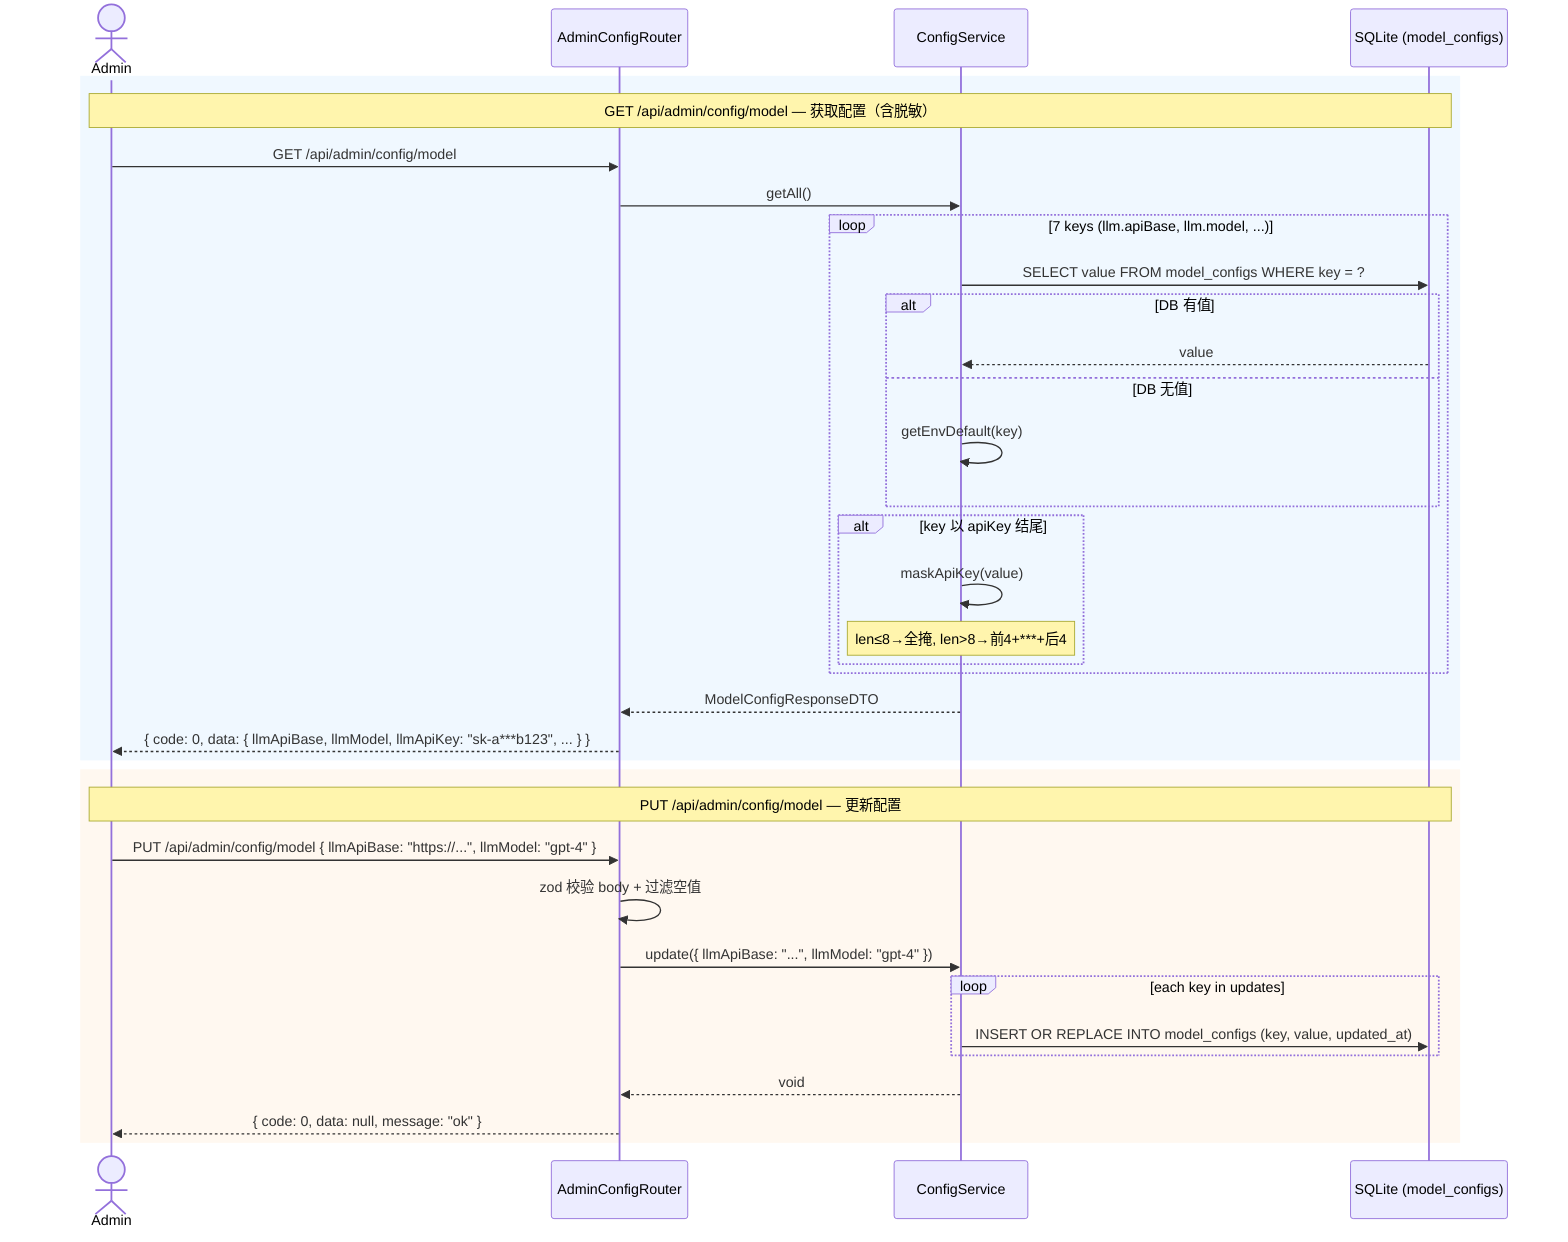
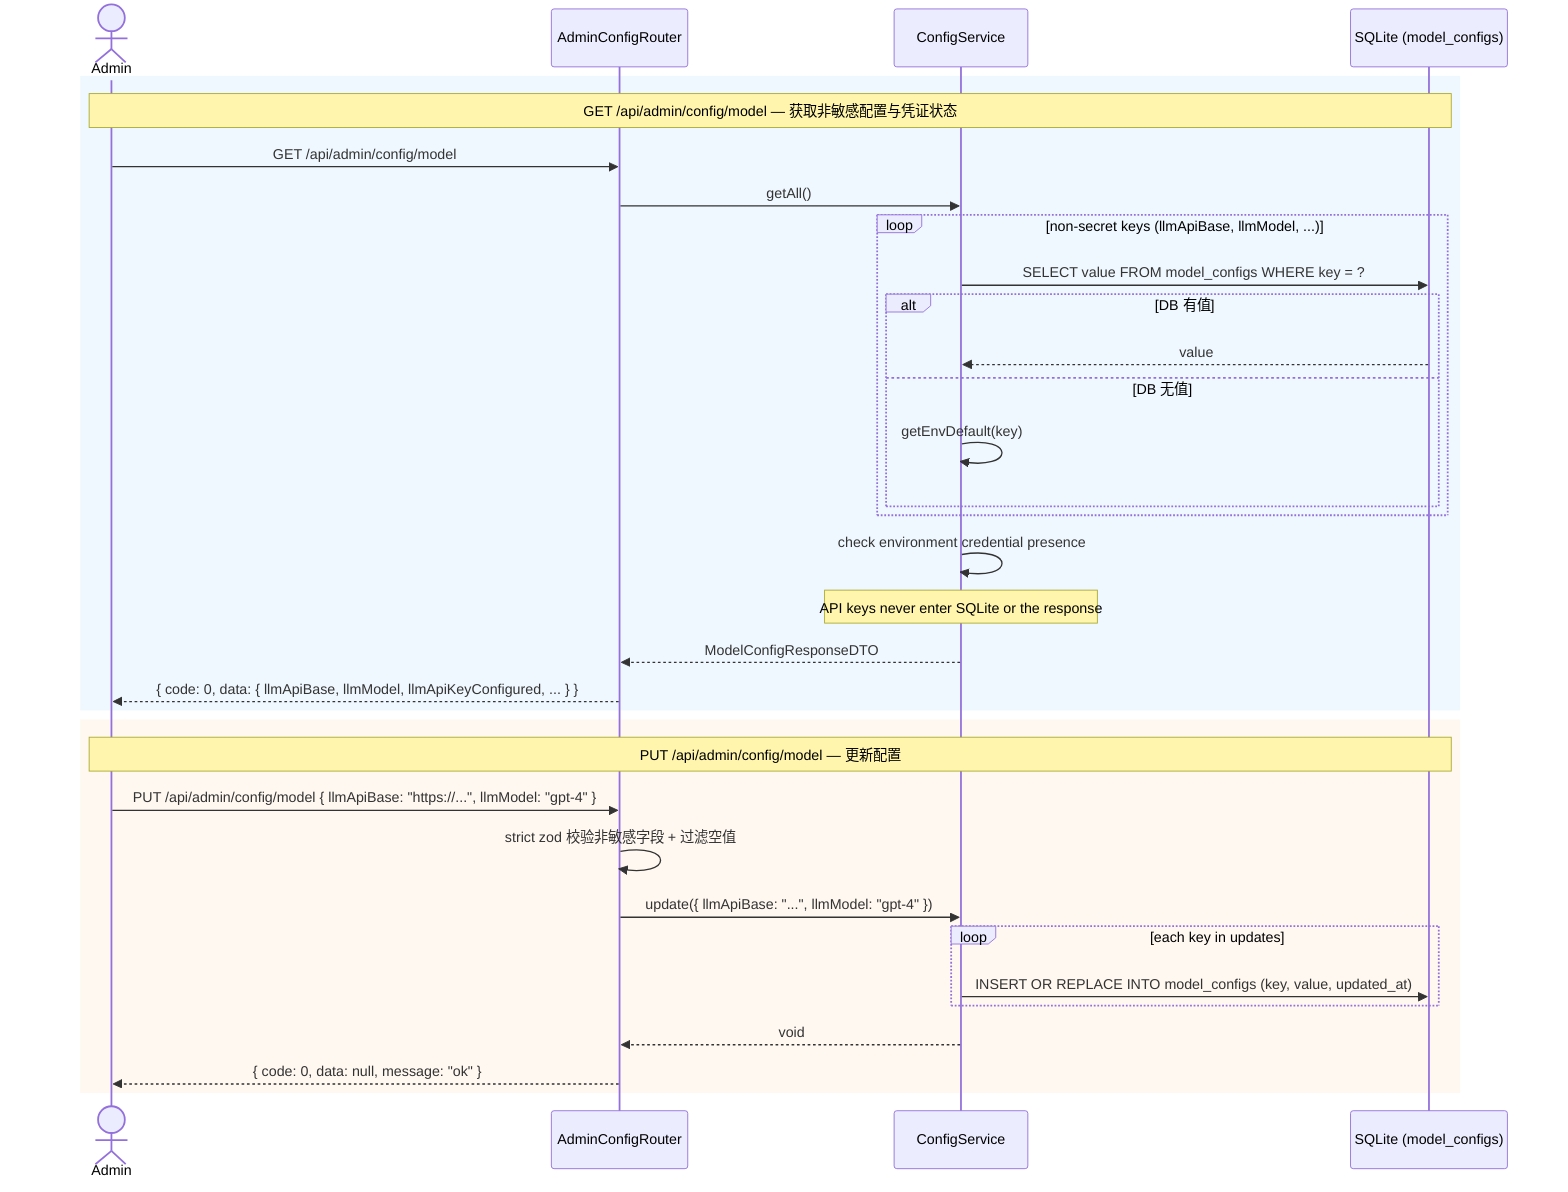
sequenceDiagram
    actor Admin
    participant AdminConfigRouter
    participant ConfigService
    participant DB as SQLite (model_configs)

    %% ── GET ──
    rect rgb(240, 248, 255)
-         Note over Admin,DB: GET /api/admin/config/model — 获取配置（含脱敏）
+         Note over Admin,DB: GET /api/admin/config/model — 获取非敏感配置与凭证状态
        Admin->>AdminConfigRouter: GET /api/admin/config/model
        AdminConfigRouter->>ConfigService: getAll()
-         loop 7 keys (llm.apiBase, llm.model, ...)
+         loop non-secret keys (llmApiBase, llmModel, ...)
            ConfigService->>DB: SELECT value FROM model_configs WHERE key = ?
            alt DB 有值
                DB-->>ConfigService: value
            else DB 无值
                ConfigService->>ConfigService: getEnvDefault(key)
            end
-             alt key 以 apiKey 结尾
-                 ConfigService->>ConfigService: maskApiKey(value)
-                 Note over ConfigService: len≤8→全掩, len>8→前4+***+后4
-             end
        end
+         ConfigService->>ConfigService: check environment credential presence
+         Note over ConfigService: API keys never enter SQLite or the response
        ConfigService-->>AdminConfigRouter: ModelConfigResponseDTO
-         AdminConfigRouter-->>Admin: { code: 0, data: { llmApiBase, llmModel, llmApiKey: "sk-a***b123", ... } }
+         AdminConfigRouter-->>Admin: { code: 0, data: { llmApiBase, llmModel, llmApiKeyConfigured, ... } }
    end

    %% ── PUT ──
    rect rgb(255, 248, 240)
        Note over Admin,DB: PUT /api/admin/config/model — 更新配置
        Admin->>AdminConfigRouter: PUT /api/admin/config/model { llmApiBase: "https://...", llmModel: "gpt-4" }
-         AdminConfigRouter->>AdminConfigRouter: zod 校验 body + 过滤空值
+         AdminConfigRouter->>AdminConfigRouter: strict zod 校验非敏感字段 + 过滤空值
        AdminConfigRouter->>ConfigService: update({ llmApiBase: "...", llmModel: "gpt-4" })
        loop each key in updates
            ConfigService->>DB: INSERT OR REPLACE INTO model_configs (key, value, updated_at)
        end
        ConfigService-->>AdminConfigRouter: void
        AdminConfigRouter-->>Admin: { code: 0, data: null, message: "ok" }
    end
